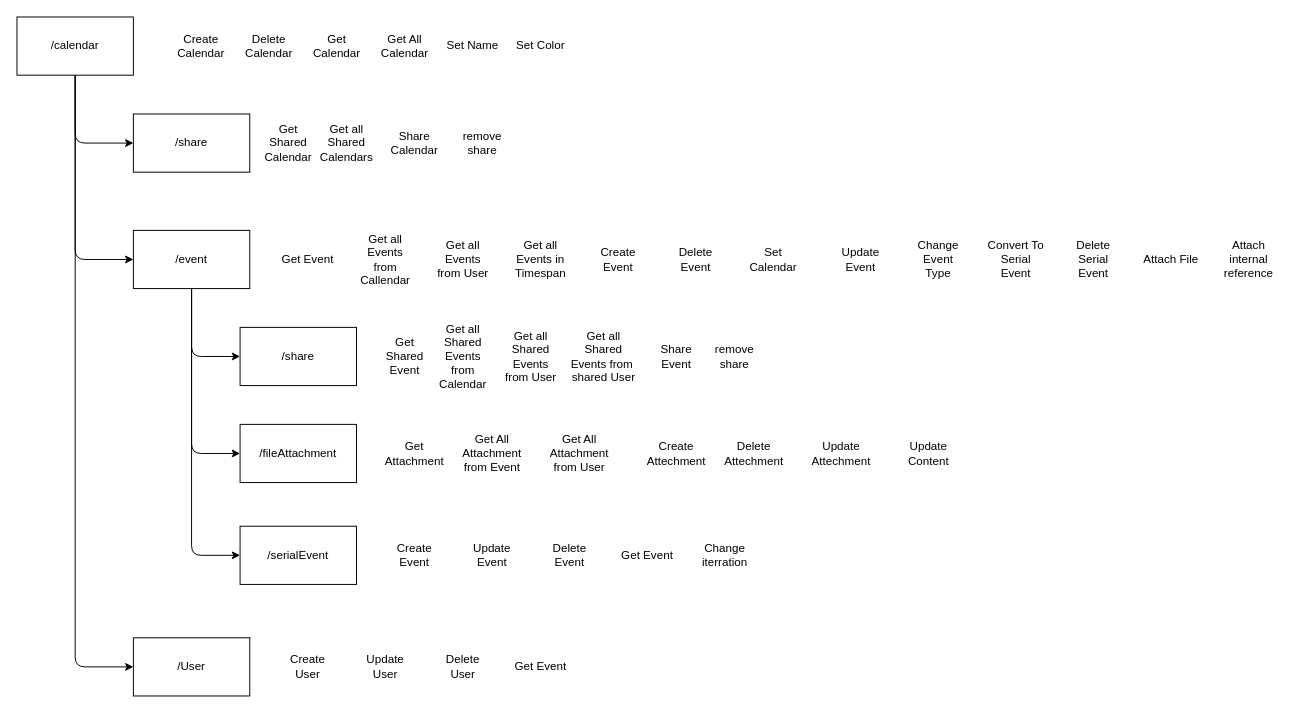
The draw.io diagram page "Calendar" (3 of 3) of Architecture/Backend.drawio in TodoXpress/Documentation, before the edit. Source tidied: cells renumbered, new cells numbered last; positions are measured from the earlier drawing's top-left corner, leaving out a move shared by most shapes. Both pictures are drawn from the tidied source at 97%, with x=0, y=0 at pixel (16, 16).
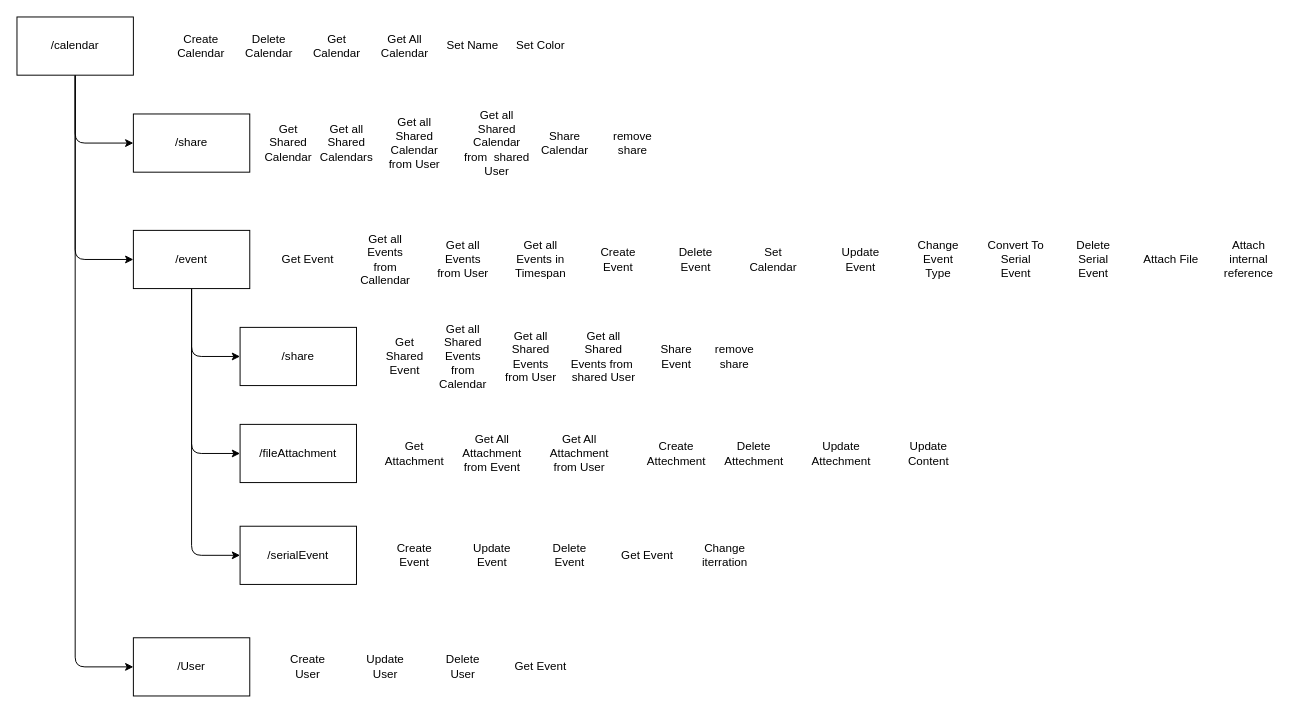
The same page after the edit.

Commit message:
refactor share endpoints

The edit, as a diff of the source:
```diff
@@
     <mxCell id="44" value="Share Calendar" style="text;html=1;strokeColor=none;fillColor=none;align=center;verticalAlign=middle;whiteSpace=wrap;rounded=0;" parent="1" vertex="1">
-      <mxGeometry x="380" y="115" width="60" height="30" as="geometry" />
+      <mxGeometry x="535" y="115" width="60" height="30" as="geometry" />
     </mxCell>
     <mxCell id="45" value="remove share" style="text;html=1;strokeColor=none;fillColor=none;align=center;verticalAlign=middle;whiteSpace=wrap;rounded=0;" parent="1" vertex="1">
-      <mxGeometry x="450" y="115" width="60" height="30" as="geometry" />
+      <mxGeometry x="605" y="115" width="60" height="30" as="geometry" />
     </mxCell>
@@
+    <mxCell id="60" value="Get all Shared Calendar from&amp;nbsp; shared User" style="text;html=1;strokeColor=none;fillColor=none;align=center;verticalAlign=middle;whiteSpace=wrap;rounded=0;" parent="1" vertex="1">
+      <mxGeometry x="460" y="115" width="70" height="30" as="geometry" />
+    </mxCell>
+    <mxCell id="61" value="Get all Shared Calendar from User" style="text;html=1;strokeColor=none;fillColor=none;align=center;verticalAlign=middle;whiteSpace=wrap;rounded=0;" parent="1" vertex="1">
+      <mxGeometry x="380" y="115" width="60" height="30" as="geometry" />
+    </mxCell>
```
